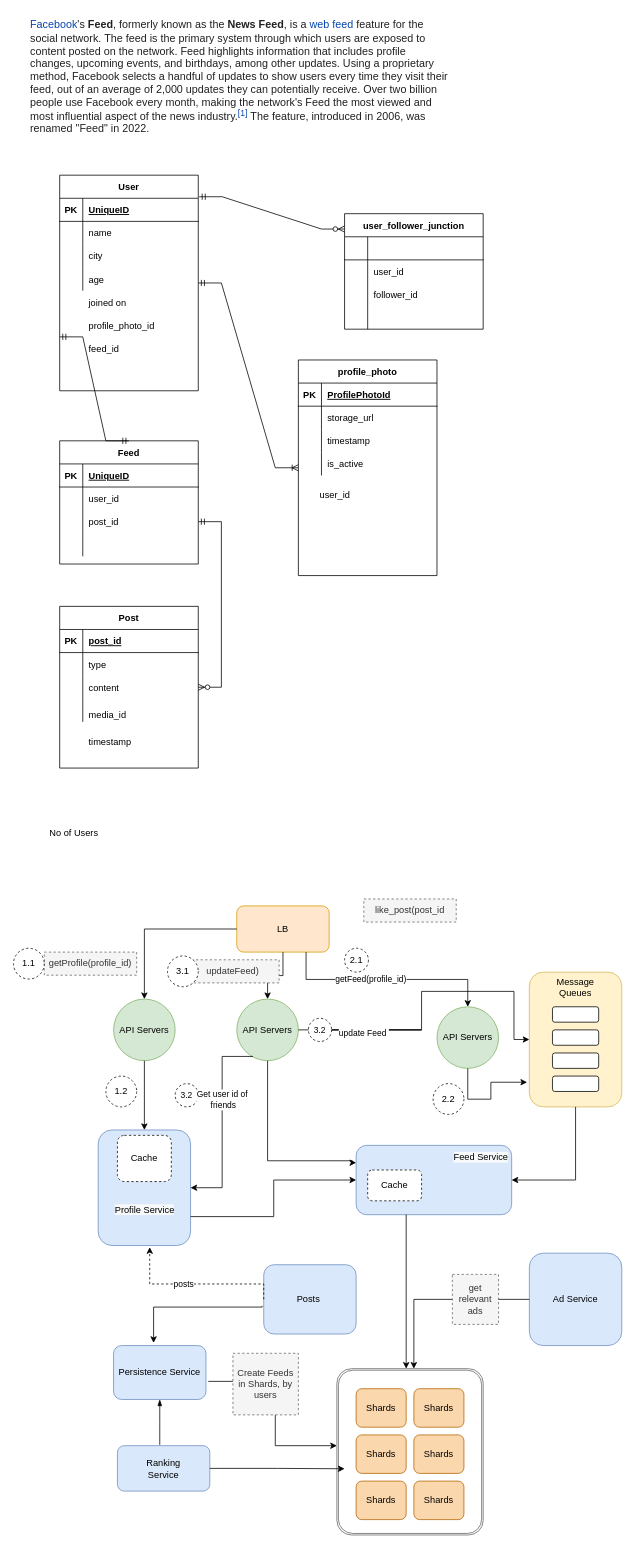
rajdeepd/draw_io keeps this draw.io diagram as Facebook Newsfeed 1.drawio. Above is the earlier version. Source tidied: cells renumbered, new cells numbered last; positions are measured from the earlier drawing's top-left corner, leaving out a move shared by most shapes. Both pictures are drawn from the tidied source at 77%, with x=0, y=0 at pixel (13, 13).
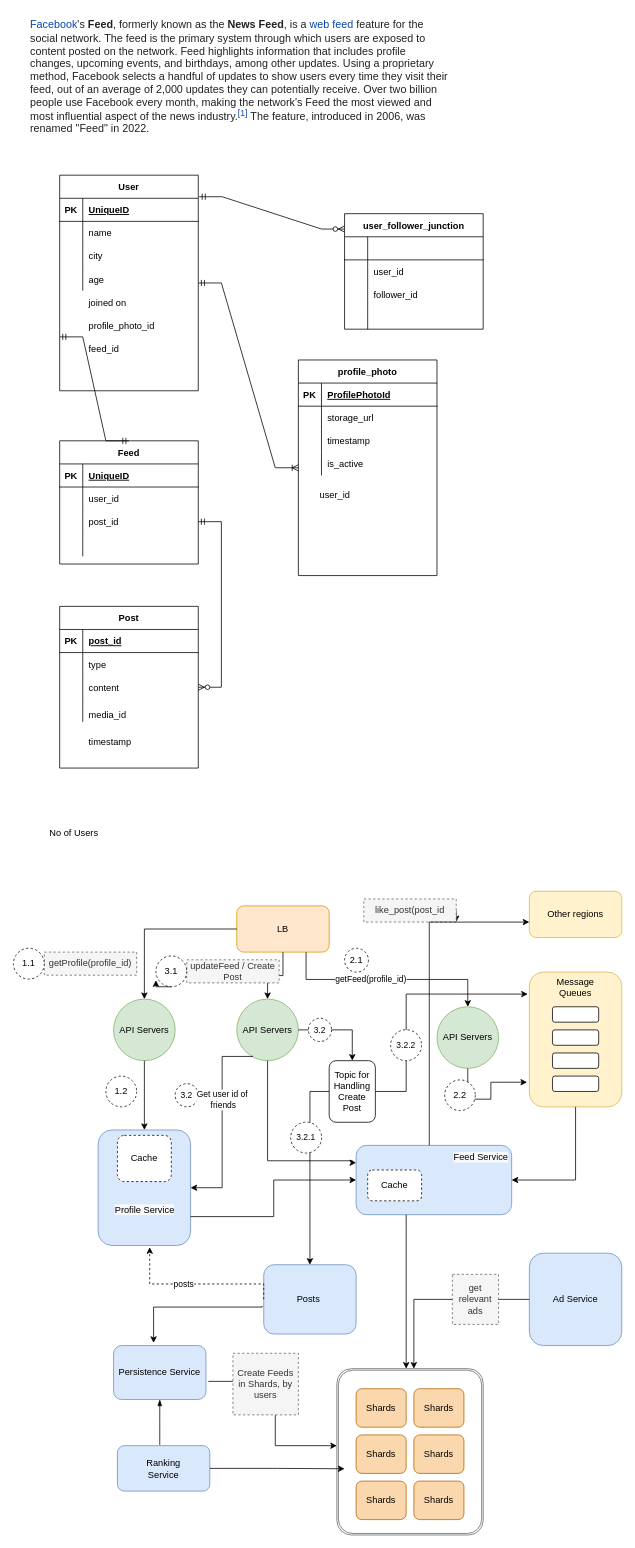
After the change.

Unchanged cells that the change refers to:
```xml
<mxCell id="81" value="API Servers" style="ellipse;whiteSpace=wrap;html=1;fillColor=#d5e8d4;strokeColor=#82b366;" parent="1" vertex="1">
  <mxGeometry x="290" y="1280" width="80" height="80" as="geometry" />
</mxCell>
<mxCell id="87" style="rounded=1;whiteSpace=wrap;html=1;fillColor=#dae8fc;strokeColor=#6c8ebf;" parent="1" vertex="1">
  <mxGeometry x="445" y="1470" width="202" height="90" as="geometry" />
</mxCell>
<mxCell id="101" value="like_post(post_id" style="text;html=1;strokeColor=#666666;fillColor=#f5f5f5;align=center;verticalAlign=middle;whiteSpace=wrap;rounded=0;shadow=0;dashed=1;fontColor=#333333;" parent="1" vertex="1">
  <mxGeometry x="455" y="1150" width="120" height="30" as="geometry" />
</mxCell>
<mxCell id="102" value="Posts&amp;nbsp;" style="rounded=1;whiteSpace=wrap;html=1;fillColor=#dae8fc;strokeColor=#6c8ebf;" parent="1" vertex="1">
  <mxGeometry x="325" y="1625" width="120" height="90" as="geometry" />
</mxCell>
<mxCell id="129" style="rounded=1;whiteSpace=wrap;html=1;fillColor=#fff2cc;strokeColor=#d6b656;" parent="128" vertex="1">
  <mxGeometry width="120" height="175" as="geometry" />
</mxCell>
<mxCell id="142" value="3.2" style="ellipse;whiteSpace=wrap;html=1;shadow=0;dashed=1;strokeColor=#0F0800;fillColor=#FFFFFF;fontSize=11;gradientColor=none;" parent="1" vertex="1">
  <mxGeometry x="383" y="1304.9" width="30.2" height="30.2" as="geometry" />
</mxCell>
```

Change to the diagram source:
```diff
@@
-    <mxCell id="90" style="endArrow=classic;html=1;rounded=0;exitX=1;exitY=0.5;exitDx=0;exitDy=0;entryX=0;entryY=0.5;entryDx=0;entryDy=0;edgeStyle=orthogonalEdgeStyle;startArrow=none;" parent="1" edge="1" source="142" target="129">
-      <mxGeometry relative="1" as="geometry">
-        <Array as="points">
-          <mxPoint x="530" y="1270" />
-          <mxPoint x="650" y="1270" />
-          <mxPoint x="650" y="1333" />
-        </Array>
-      </mxGeometry>
+    <mxCell id="90" style="endArrow=classic;html=1;rounded=0;exitX=1;exitY=0.5;exitDx=0;exitDy=0;edgeStyle=orthogonalEdgeStyle;startArrow=none;entryX=0.5;entryY=0;entryDx=0;entryDy=0;" parent="1" edge="1" source="81" target="148">
+      <mxGeometry relative="1" as="geometry" />
     </mxCell>
@@
     <mxCell id="96" value="2.2" style="ellipse;whiteSpace=wrap;html=1;shadow=0;dashed=1;strokeColor=#0F0800;fillColor=#FFFFFF;" parent="1" vertex="1">
-      <mxGeometry x="545" y="1389.8" width="40" height="40" as="geometry" />
+      <mxGeometry x="560" y="1385" width="39.8" height="39.8" as="geometry" />
     </mxCell>
-    <mxCell id="97" value="updateFeed)" style="text;html=1;strokeColor=#666666;fillColor=#f5f5f5;align=center;verticalAlign=middle;whiteSpace=wrap;rounded=0;shadow=0;dashed=1;fontColor=#333333;" parent="1" vertex="1">
+    <mxCell id="97" value="updateFeed / Create Post" style="text;html=1;strokeColor=#666666;fillColor=#f5f5f5;align=center;verticalAlign=middle;whiteSpace=wrap;rounded=0;shadow=0;dashed=1;fontColor=#333333;" parent="1" vertex="1">
       <mxGeometry x="225" y="1229" width="120" height="30" as="geometry" />
     </mxCell>
@@
     <mxCell id="99" value="3.1" style="ellipse;whiteSpace=wrap;html=1;shadow=0;dashed=1;strokeColor=#0F0800;fillColor=#FFFFFF;" parent="1" vertex="1">
-      <mxGeometry x="200" y="1224" width="40" height="40" as="geometry" />
+      <mxGeometry x="185" y="1224" width="40" height="40" as="geometry" />
     </mxCell>
@@
+    <mxCell id="143" style="edgeStyle=orthogonalEdgeStyle;rounded=0;jettySize=auto;html=1;exitX=1;exitY=0.5;exitDx=0;exitDy=0;fontSize=11;" parent="1" edge="1" source="101">
+      <mxGeometry relative="1" as="geometry">
+        <mxPoint x="575" y="1180" as="targetPoint" />
+      </mxGeometry>
+    </mxCell>
@@
-    <mxCell id="140" style="endArrow=none;html=1;rounded=0;exitX=1;exitY=0.5;exitDx=0;exitDy=0;entryX=0;entryY=0.5;entryDx=0;entryDy=0;edgeStyle=orthogonalEdgeStyle;" parent="1" edge="1" source="81" target="142">
-      <mxGeometry relative="1" as="geometry">
-        <Array as="points">
-          <mxPoint x="530" y="1320" />
-        </Array>
-      </mxGeometry>
-    </mxCell>
-    <mxCell id="141" value="update Feed&amp;nbsp;" style="edgeLabel;html=1;align=center;verticalAlign=middle;fontSize=11;" parent="140" vertex="1">
-      <mxGeometry x="0.54" y="4" relative="1" as="geometry" />
-    </mxCell>
@@
+    <mxCell id="144" style="endArrow=classic;html=1;rounded=0;edgeStyle=orthogonalEdgeStyle;startArrow=none;entryX=0;entryY=0.667;entryDx=0;entryDy=0;entryPerimeter=0;" parent="1" edge="1" source="87" target="145">
+      <mxGeometry relative="1" as="geometry">
+        <Array as="points">
+          <mxPoint x="540" y="1180" />
+        </Array>
+      </mxGeometry>
+    </mxCell>
+    <mxCell id="145" value="Other regions" style="rounded=1;whiteSpace=wrap;html=1;fillColor=#fff2cc;strokeColor=#d6b656;" parent="1" vertex="1">
+      <mxGeometry x="670" y="1140" width="120" height="60" as="geometry" />
+    </mxCell>
+    <mxCell id="146" style="edgeStyle=orthogonalEdgeStyle;rounded=0;orthogonalLoop=1;jettySize=auto;html=1;exitX=0.5;exitY=1;exitDx=0;exitDy=0;entryX=0;entryY=0.788;entryDx=0;entryDy=0;entryPerimeter=0;fontSize=11;" parent="1" edge="1" source="99" target="99">
+      <mxGeometry relative="1" as="geometry" />
+    </mxCell>
+    <mxCell id="147" style="edgeStyle=orthogonalEdgeStyle;rounded=0;jettySize=auto;html=1;fontSize=11;entryX=-0.017;entryY=0.163;entryDx=0;entryDy=0;entryPerimeter=0;" parent="1" edge="1" source="148" target="129">
+      <mxGeometry relative="1" as="geometry">
+        <Array as="points">
+          <mxPoint x="510" y="1400" />
+          <mxPoint x="510" y="1274" />
+        </Array>
+      </mxGeometry>
+    </mxCell>
+    <mxCell id="148" value="Topic for Handling Create Post" style="rounded=1;whiteSpace=wrap;html=1;" parent="1" vertex="1">
+      <mxGeometry x="410" y="1360" width="60" height="80" as="geometry" />
+    </mxCell>
+    <mxCell id="149" style="edgeStyle=elbowEdgeStyle;elbow=horizontal;endArrow=classic;html=1;rounded=0;fontSize=11;exitX=0;exitY=0.5;exitDx=0;exitDy=0;entryX=0.5;entryY=0;entryDx=0;entryDy=0;" parent="1" edge="1" source="148" target="102">
+      <mxGeometry relative="1" as="geometry">
+        <Array as="points">
+          <mxPoint x="385" y="1510" />
+        </Array>
+      </mxGeometry>
+    </mxCell>
+    <mxCell id="150" value="3.2.1" style="ellipse;whiteSpace=wrap;html=1;shadow=0;dashed=1;strokeColor=#0F0800;fillColor=#FFFFFF;fontSize=11;gradientColor=none;" parent="1" vertex="1">
+      <mxGeometry x="360" y="1439.8" width="40.2" height="40.2" as="geometry" />
+    </mxCell>
+    <mxCell id="151" value="3.2.2" style="ellipse;whiteSpace=wrap;html=1;shadow=0;dashed=1;strokeColor=#0F0800;fillColor=#FFFFFF;fontSize=11;gradientColor=none;" parent="1" vertex="1">
+      <mxGeometry x="489.8" y="1319.8" width="40.2" height="40.2" as="geometry" />
+    </mxCell>
```
